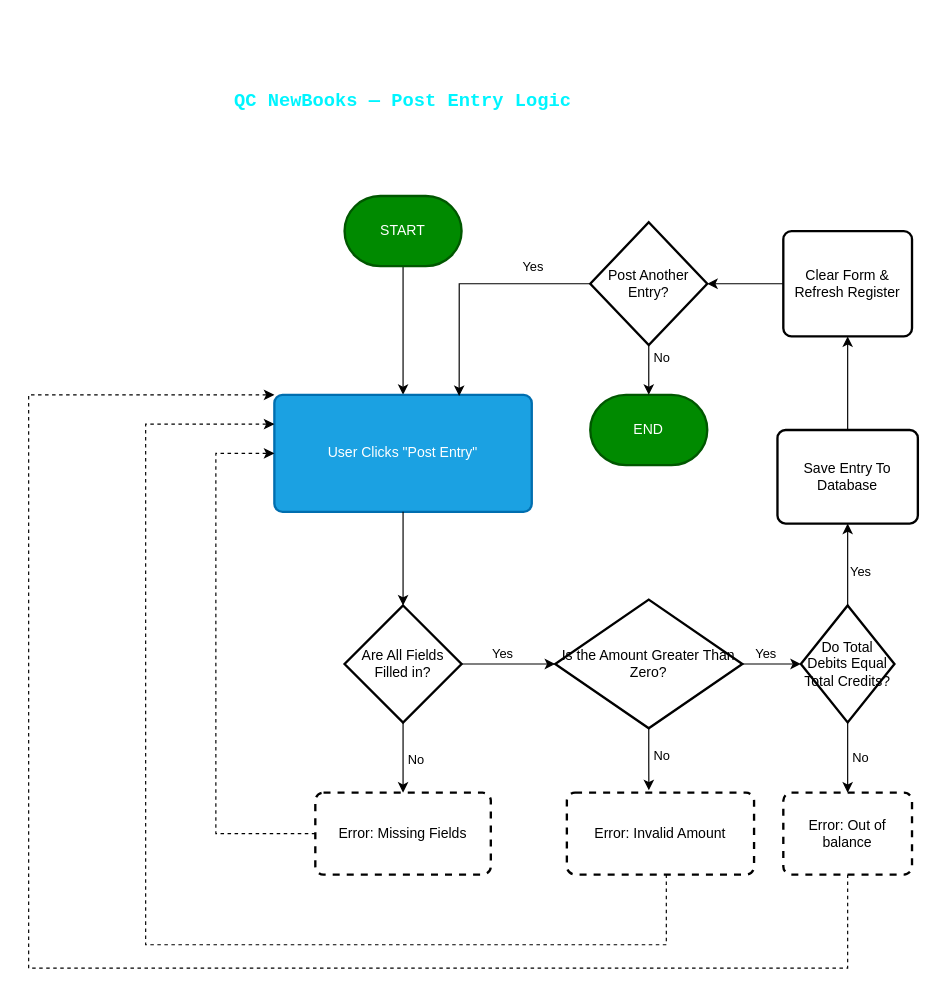
Earlier version of the draw.io diagram page "Part A — Flowchart" (1 of 2) of QC_NewBooks_Diagrams.drawio (cristejada2004/diagram-qc-new-books). Source tidied: cells renumbered, new cells numbered last; positions are measured from the earlier drawing's top-left corner, leaving out a move shared by most shapes. Both pictures are drawn from the tidied source at 117%, with x=0, y=0 at pixel (28, 20).
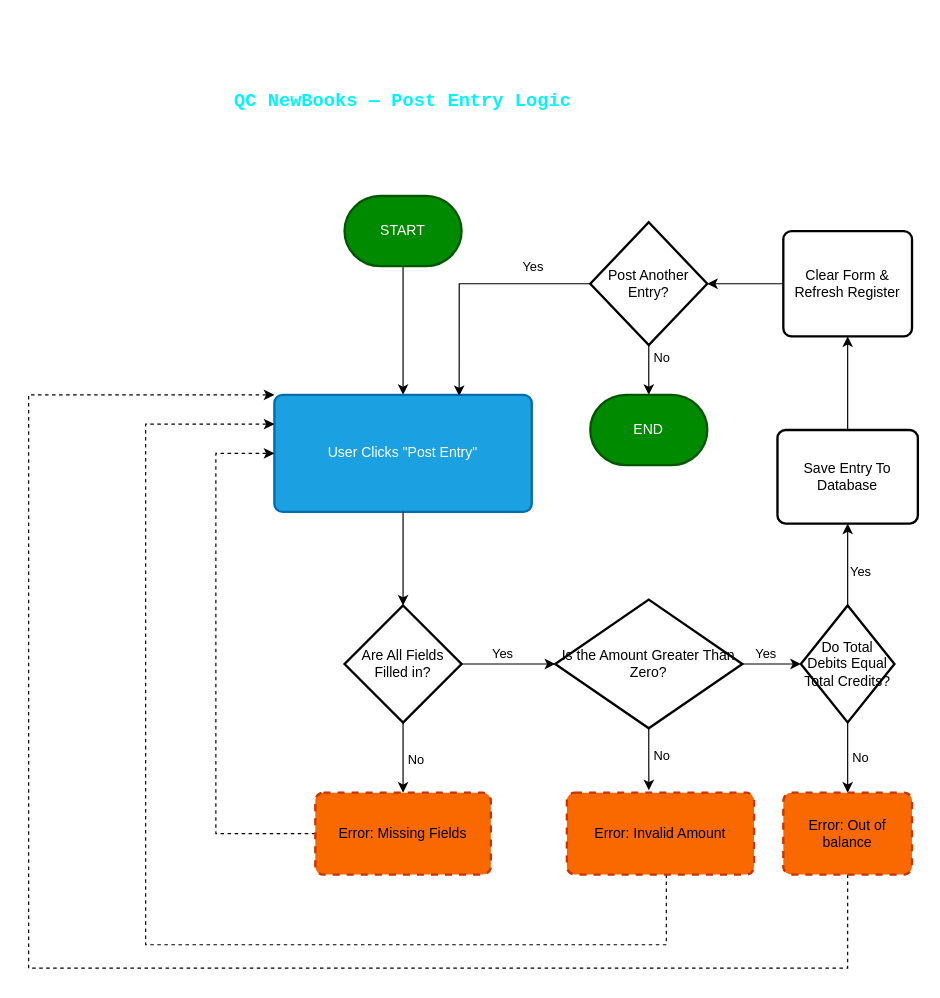
After the change.

The edit, as a diff of the source:
```diff
@@
-    <mxCell id="13" value="Error: Missing Fields" style="rounded=1;whiteSpace=wrap;html=1;absoluteArcSize=1;arcSize=14;strokeWidth=2;dashed=1;" parent="1" vertex="1">
+    <mxCell id="13" value="Error: Missing Fields" style="rounded=1;whiteSpace=wrap;html=1;absoluteArcSize=1;arcSize=14;strokeWidth=2;dashed=1;fillColor=#fa6800;strokeColor=#C73500;fontColor=#000000;" parent="1" vertex="1">
       <mxGeometry x="245" y="660" width="150" height="70" as="geometry" />
     </mxCell>
@@
-    <mxCell id="16" value="Error: Invalid Amount" style="rounded=1;whiteSpace=wrap;html=1;absoluteArcSize=1;arcSize=14;strokeWidth=2;dashed=1;" parent="1" vertex="1">
+    <mxCell id="16" value="Error: Invalid Amount" style="rounded=1;whiteSpace=wrap;html=1;absoluteArcSize=1;arcSize=14;strokeWidth=2;dashed=1;fillColor=#fa6800;fontColor=#000000;strokeColor=#C73500;" parent="1" vertex="1">
       <mxGeometry x="460" y="660" width="160" height="70" as="geometry" />
     </mxCell>
@@
-    <mxCell id="27" value="Error: Out of balance" style="rounded=1;whiteSpace=wrap;html=1;absoluteArcSize=1;arcSize=14;strokeWidth=2;dashed=1;" parent="1" vertex="1">
+    <mxCell id="27" value="Error: Out of balance" style="rounded=1;whiteSpace=wrap;html=1;absoluteArcSize=1;arcSize=14;strokeWidth=2;dashed=1;fillColor=#fa6800;fontColor=#000000;strokeColor=#C73500;" parent="1" vertex="1">
       <mxGeometry x="645" y="660" width="110" height="70" as="geometry" />
     </mxCell>
```
